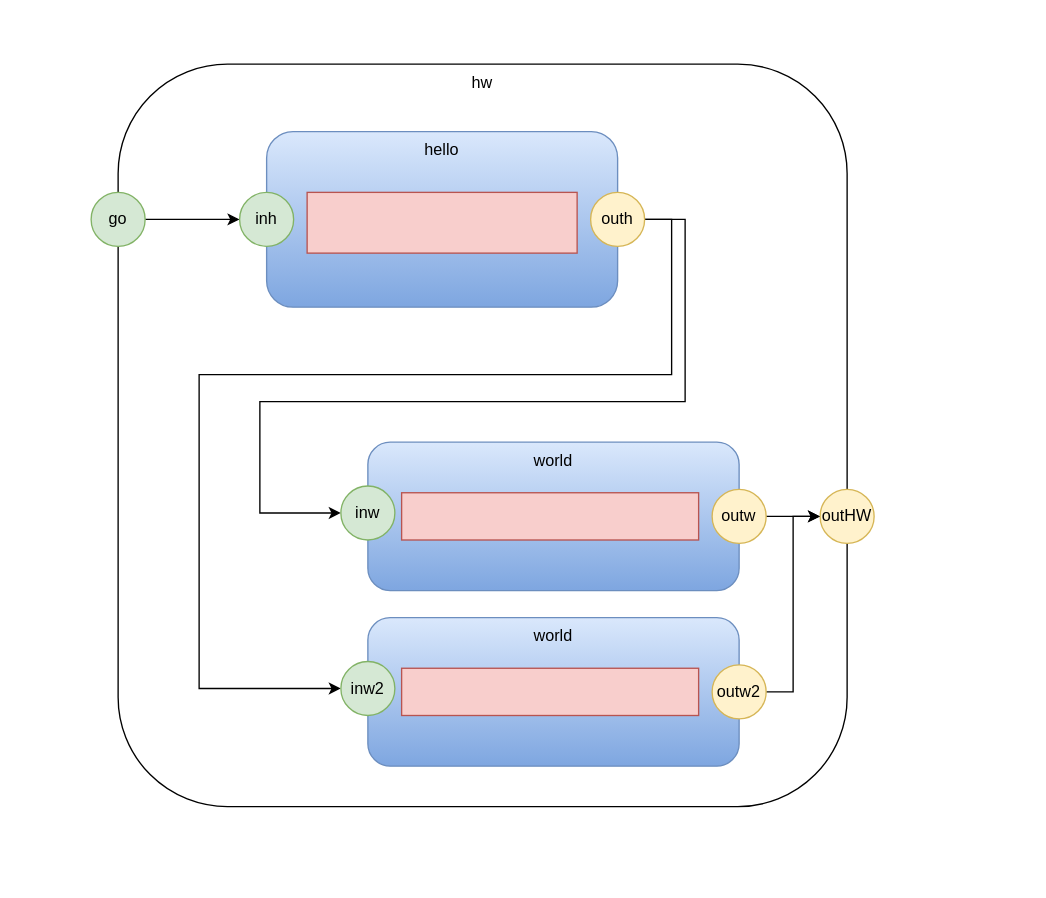
The draw.io diagram hwhw.drawio in guitarvydas/das, before the edit. Source tidied: cells renumbered, new cells numbered last; positions are measured from the earlier drawing's top-left corner, leaving out a move shared by most shapes. Both pictures are drawn from the tidied source at 135%, with x=0, y=0 at pixel (90, 63).
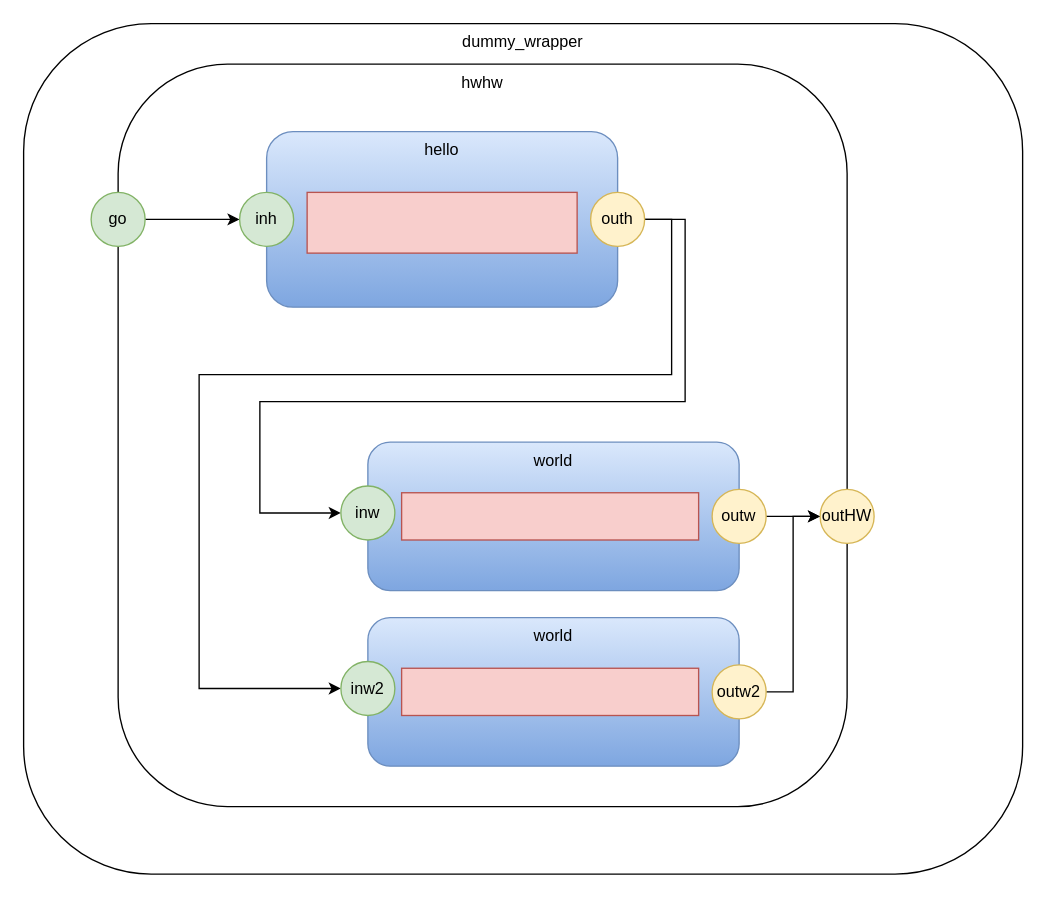
The same page after the edit.

Commit message (it also covers changes not shown here):
checkpoint trying hwhw

What changed in the source:
```diff
@@
+    <mxCell id="22" value="dummy_wrapper" style="rounded=1;whiteSpace=wrap;html=1;verticalAlign=top;" parent="1" vertex="1">
+      <mxGeometry x="-50" y="-30" width="740" height="630" as="geometry" />
+    </mxCell>
-    <mxCell id="2" value="hw" style="rounded=1;whiteSpace=wrap;html=1;verticalAlign=top;" parent="1" vertex="1">
+    <mxCell id="2" value="hwhw" style="rounded=1;whiteSpace=wrap;html=1;verticalAlign=top;" parent="1" vertex="1">
       <mxGeometry x="20" width="540" height="550" as="geometry" />
     </mxCell>
```
